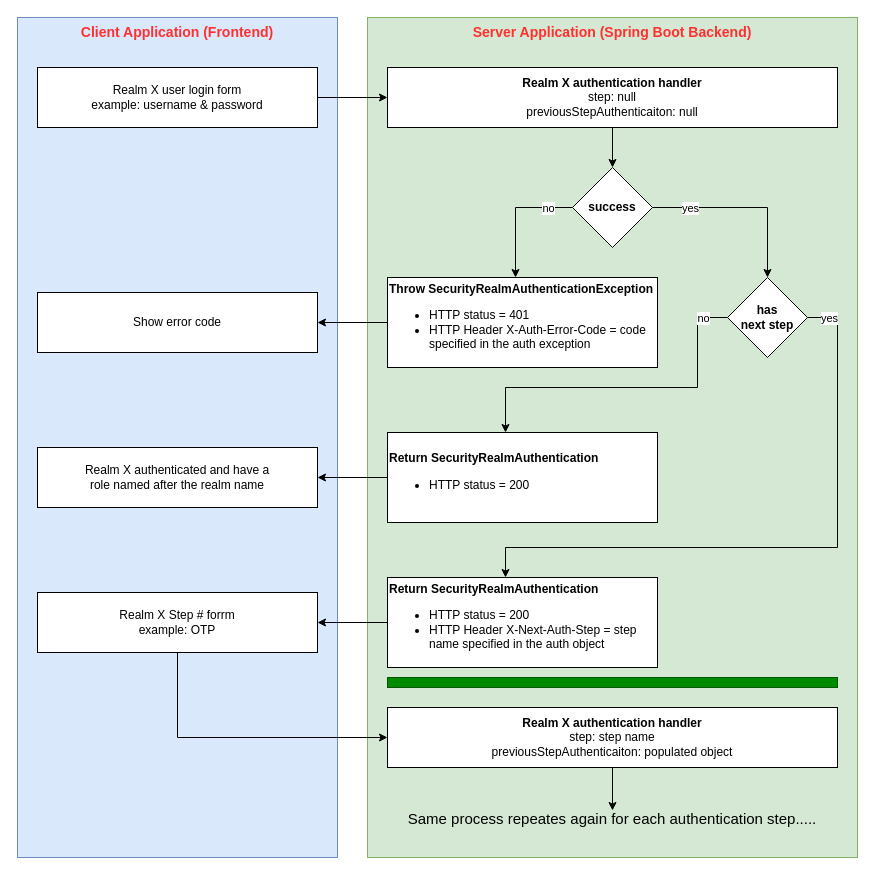
Above: docs/spring-boot-starter-multi-security-realms.drawio in coder966/spring-boot-starter-multi-security-realms (draw.io), before the change. Source tidied: cells renumbered, new cells numbered last; positions are measured from the earlier drawing's top-left corner, leaving out a move shared by most shapes. Both pictures are drawn from the tidied source at 100%, with x=0, y=0 at pixel (17, 17).
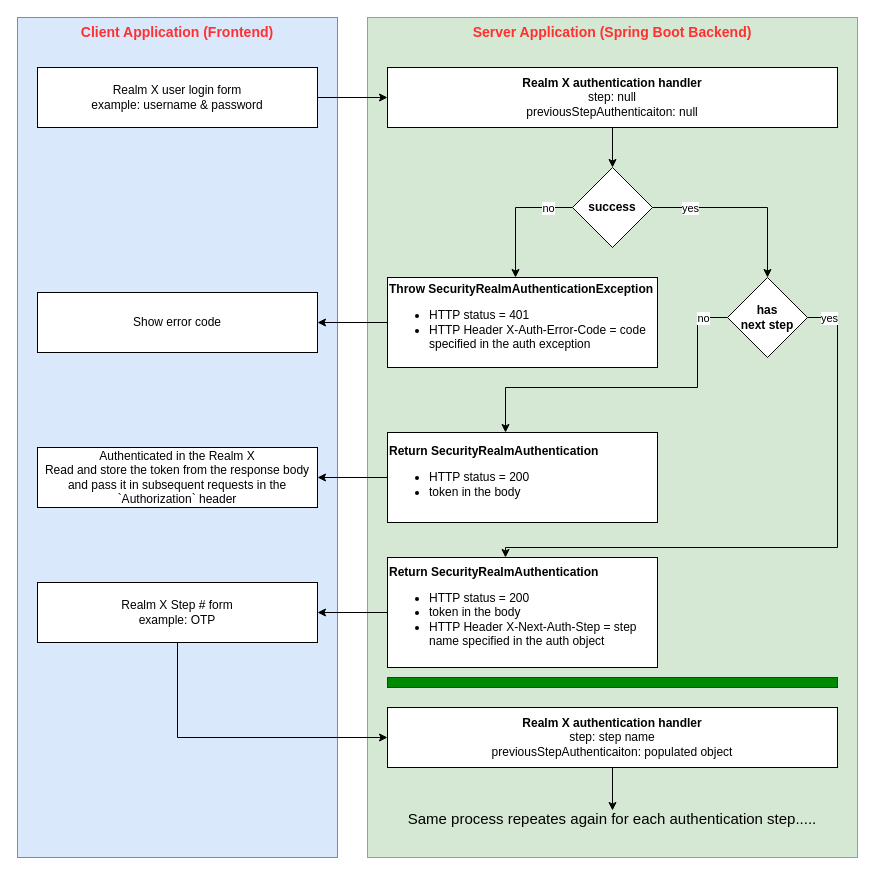
The same page after the edit.

The edit, as a diff of the source:
```diff
@@
-    <mxCell id="8" value="Realm X authenticated and have a &lt;br&gt;role named after the realm name" style="rounded=0;whiteSpace=wrap;html=1;" parent="1" vertex="1">
+    <mxCell id="8" value="Authenticated in the Realm X&lt;br&gt;Read and store the token from the response body and pass it in subsequent requests in the `Authorization` header" style="rounded=0;whiteSpace=wrap;html=1;" parent="1" vertex="1">
       <mxGeometry x="20" y="430" width="280" height="60" as="geometry" />
     </mxCell>
@@
-    <mxCell id="22" value="&lt;div&gt;&lt;b&gt;Return&amp;nbsp;SecurityRealmAuthentication&lt;/b&gt;&lt;/div&gt;&lt;ul&gt;&lt;li&gt;HTTP status = 200&lt;/li&gt;&lt;li&gt;HTTP Header X-Next-Auth-Step = step name specified in the auth object&lt;br&gt;&lt;/li&gt;&lt;/ul&gt;" style="rounded=0;whiteSpace=wrap;html=1;align=left;" parent="1" vertex="1">
-      <mxGeometry x="370" y="560" width="270" height="90" as="geometry" />
+    <mxCell id="22" value="&lt;div&gt;&lt;b&gt;Return&amp;nbsp;SecurityRealmAuthentication&lt;/b&gt;&lt;/div&gt;&lt;ul&gt;&lt;li&gt;HTTP status = 200&lt;/li&gt;&lt;li style=&quot;border-color: var(--border-color);&quot;&gt;token in the body&lt;/li&gt;&lt;li&gt;HTTP Header X-Next-Auth-Step = step name specified in the auth object&lt;br&gt;&lt;/li&gt;&lt;/ul&gt;" style="rounded=0;whiteSpace=wrap;html=1;align=left;" parent="1" vertex="1">
+      <mxGeometry x="370" y="540" width="270" height="110" as="geometry" />
     </mxCell>
@@
-    <mxCell id="24" value="&lt;div&gt;&lt;div style=&quot;border-color: var(--border-color);&quot;&gt;&lt;b style=&quot;border-color: var(--border-color);&quot;&gt;Return&amp;nbsp;SecurityRealmAuthentication&lt;/b&gt;&lt;/div&gt;&lt;ul style=&quot;border-color: var(--border-color);&quot;&gt;&lt;/ul&gt;&lt;/div&gt;&lt;ul&gt;&lt;li&gt;HTTP status = 200&lt;/li&gt;&lt;/ul&gt;" style="rounded=0;whiteSpace=wrap;html=1;align=left;" parent="1" vertex="1">
+    <mxCell id="24" value="&lt;div&gt;&lt;div style=&quot;border-color: var(--border-color);&quot;&gt;&lt;b style=&quot;border-color: var(--border-color);&quot;&gt;Return&amp;nbsp;SecurityRealmAuthentication&lt;/b&gt;&lt;/div&gt;&lt;ul style=&quot;border-color: var(--border-color);&quot;&gt;&lt;/ul&gt;&lt;/div&gt;&lt;ul&gt;&lt;li&gt;HTTP status = 200&lt;/li&gt;&lt;li&gt;token in the body&lt;/li&gt;&lt;/ul&gt;" style="rounded=0;whiteSpace=wrap;html=1;align=left;" parent="1" vertex="1">
       <mxGeometry x="370" y="415" width="270" height="90" as="geometry" />
     </mxCell>
@@
-    <mxCell id="26" value="Realm X Step # forrm&lt;br&gt;example: OTP" style="rounded=0;whiteSpace=wrap;html=1;" parent="1" vertex="1">
-      <mxGeometry x="20" y="575" width="280" height="60" as="geometry" />
+    <mxCell id="26" value="Realm X Step # form&lt;br&gt;example: OTP" style="rounded=0;whiteSpace=wrap;html=1;" parent="1" vertex="1">
+      <mxGeometry x="20" y="565" width="280" height="60" as="geometry" />
     </mxCell>
```
